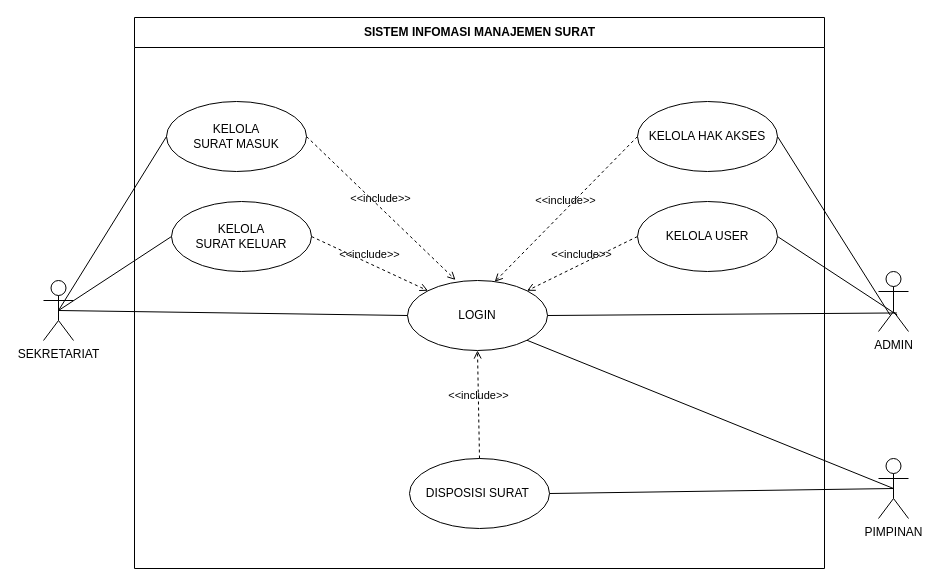
The draw.io diagram UML/FILE drawio/1. USE CASE/USE CASE.drawio in Rusadi-0/KULIAH, before the edit. Source tidied: cells renumbered, new cells numbered last; positions are measured from the earlier drawing's top-left corner, leaving out a move shared by most shapes. Both pictures are drawn from the tidied source at 100%, with x=0, y=0 at pixel (43, 17).
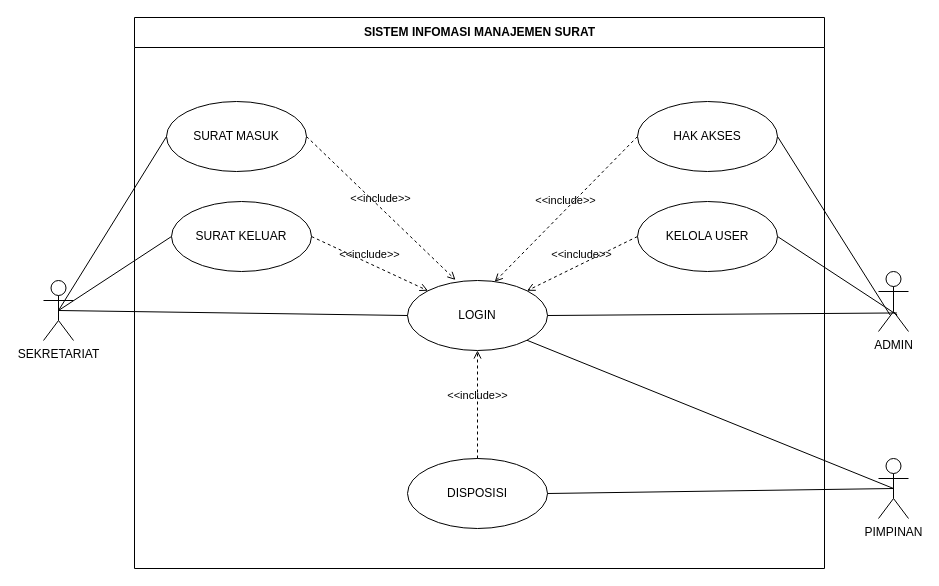
Above is the later version.

The change refers to these unchanged cells:
```xml
<mxCell id="2" value="SISTEM INFOMASI MANAJEMEN SURAT" style="swimlane;fontStyle=1;align=center;horizontal=1;startSize=30;html=1;" parent="1" vertex="1">
  <mxGeometry x="91" width="690" height="551" as="geometry" />
</mxCell>
```

The edit, as a diff of the source:
```diff
@@
-    <mxCell id="3" value="&lt;div&gt;KELOLA &lt;br&gt;&lt;/div&gt;&lt;div&gt;SURAT MASUK&lt;/div&gt;" style="ellipse;whiteSpace=wrap;html=1;fillColor=none;strokeColor=default;" parent="2" vertex="1">
+    <mxCell id="3" value="SURAT MASUK" style="ellipse;whiteSpace=wrap;html=1;fillColor=none;strokeColor=default;" parent="2" vertex="1">
       <mxGeometry x="32" y="84" width="140" height="70" as="geometry" />
     </mxCell>
-    <mxCell id="4" value="&lt;div&gt;KELOLA&lt;/div&gt;&lt;div&gt;SURAT KELUAR&lt;/div&gt;" style="ellipse;whiteSpace=wrap;html=1;fillColor=none;strokeColor=default;" parent="2" vertex="1">
+    <mxCell id="4" value="&lt;div&gt;SURAT KELUAR&lt;/div&gt;" style="ellipse;whiteSpace=wrap;html=1;fillColor=none;strokeColor=default;" parent="2" vertex="1">
       <mxGeometry x="37" y="184" width="140" height="70" as="geometry" />
     </mxCell>
-    <mxCell id="5" value="DISPOSISI SURAT&amp;nbsp;" style="ellipse;whiteSpace=wrap;html=1;fillColor=none;strokeColor=default;" parent="2" vertex="1">
-      <mxGeometry x="275" y="441" width="140" height="70" as="geometry" />
+    <mxCell id="5" value="DISPOSISI" style="ellipse;whiteSpace=wrap;html=1;fillColor=none;strokeColor=default;" parent="2" vertex="1">
+      <mxGeometry x="273" y="441" width="140" height="70" as="geometry" />
     </mxCell>
-    <mxCell id="6" value="KELOLA HAK AKSES" style="ellipse;whiteSpace=wrap;html=1;fillColor=none;strokeColor=default;" parent="2" vertex="1">
+    <mxCell id="6" value="HAK AKSES" style="ellipse;whiteSpace=wrap;html=1;fillColor=none;strokeColor=default;" parent="2" vertex="1">
       <mxGeometry x="503" y="84" width="140" height="70" as="geometry" />
     </mxCell>
```
